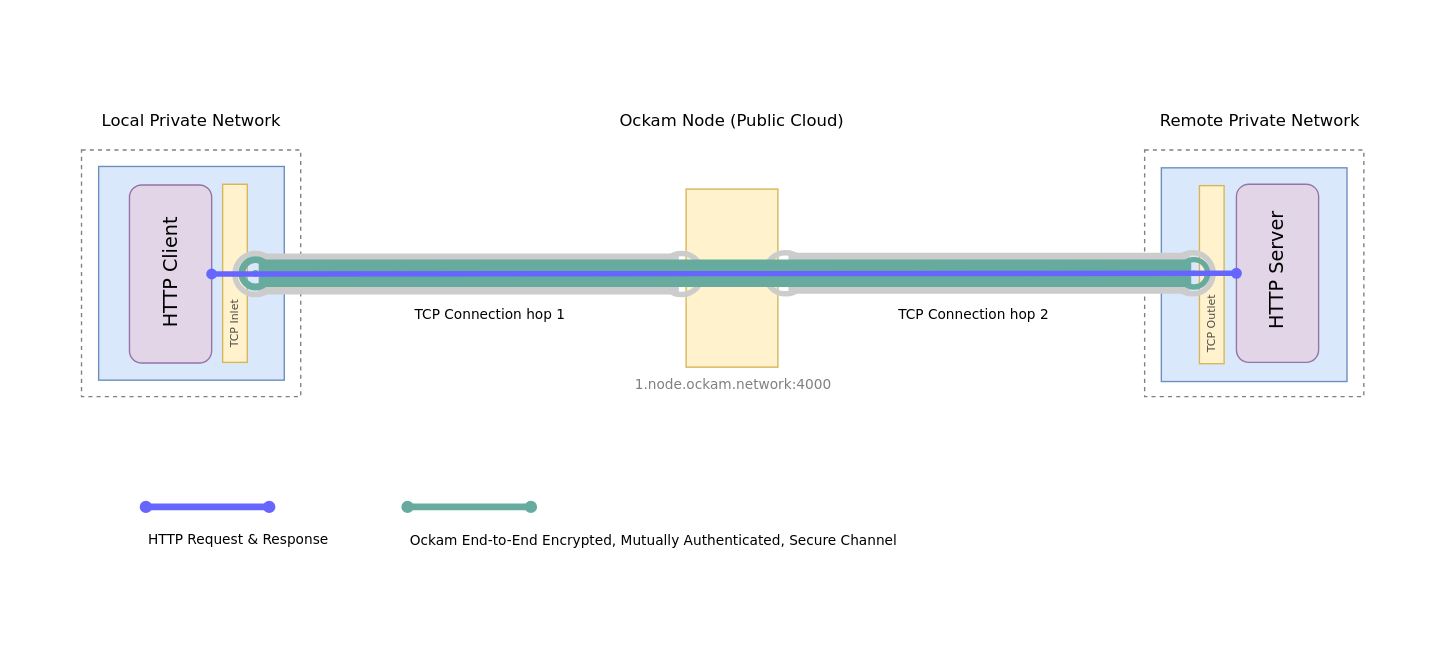
Earlier version of the draw.io diagram page "05" (5 of 5) of documentation/use-cases/end-to-end-encrypt-all-application-layer-communication/diagrams/diagrams.drawio (build-trust/ockam). Source tidied: cells renumbered, new cells numbered last; positions are measured from the earlier drawing's top-left corner, leaving out a move shared by most shapes. Both pictures are drawn from the tidied source at 137%, with x=0, y=0 at pixel (23, 23).
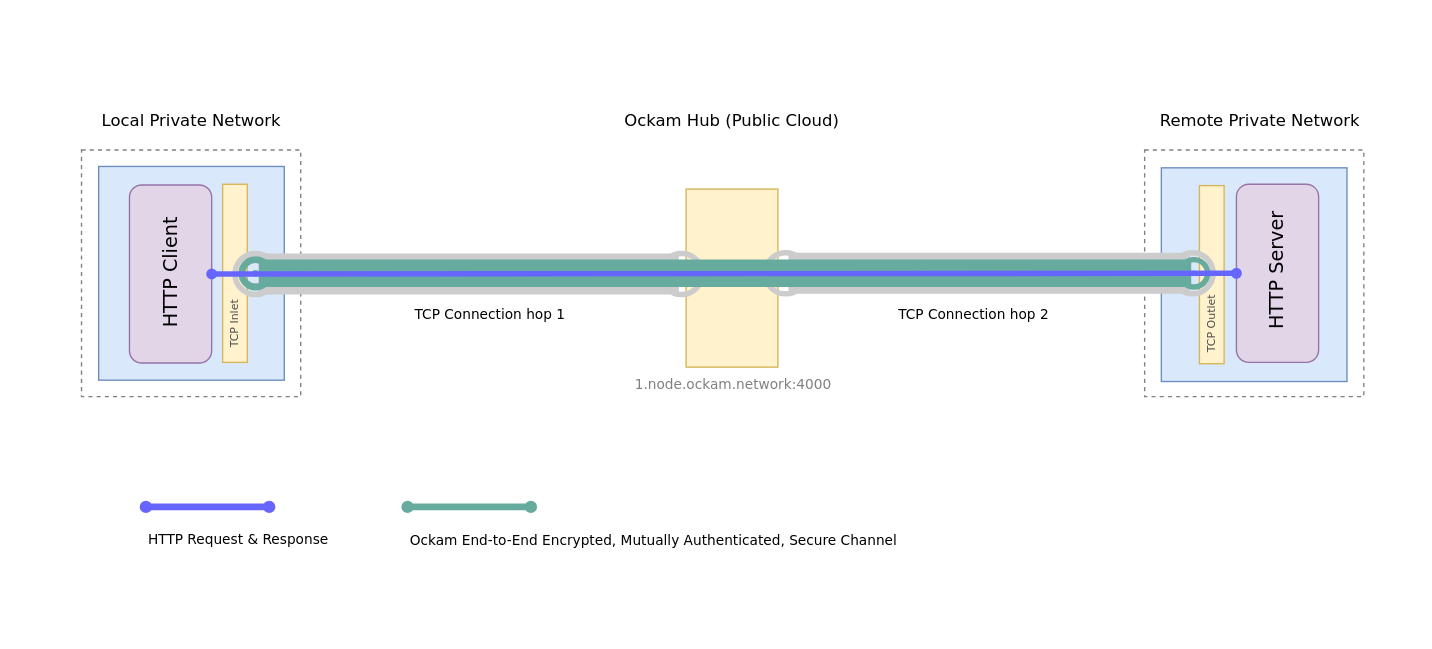
After the change.

Change to the diagram source:
```diff
@@
-    <mxCell id="21" value="&lt;span style=&quot;text-indent: 0px ; display: inline ; float: none ; word-spacing: 0px ; text-transform: none ; letter-spacing: normal ; font-weight: 400 ; font-style: normal ; font-size: 12px ; color: rgb(0 , 0 , 0)&quot;&gt;&lt;font style=&quot;font-size: 12px&quot;&gt;Ockam Node (Public Cloud)&lt;/font&gt;&lt;/span&gt;" style="text;whiteSpace=wrap;html=1;fontSize=12;fontFamily=Verdana;align=center;verticalAlign=middle;" parent="1" vertex="1">
+    <mxCell id="21" value="&lt;span style=&quot;text-indent: 0px ; display: inline ; float: none ; word-spacing: 0px ; text-transform: none ; letter-spacing: normal ; font-weight: 400 ; font-style: normal ; font-size: 12px ; color: rgb(0 , 0 , 0)&quot;&gt;&lt;font style=&quot;font-size: 12px&quot;&gt;Ockam Hub (Public Cloud)&lt;/font&gt;&lt;/span&gt;" style="text;whiteSpace=wrap;html=1;fontSize=12;fontFamily=Verdana;align=center;verticalAlign=middle;" parent="1" vertex="1">
       <mxGeometry x="408" y="60" width="217.5" height="21" as="geometry" />
     </mxCell>
```
